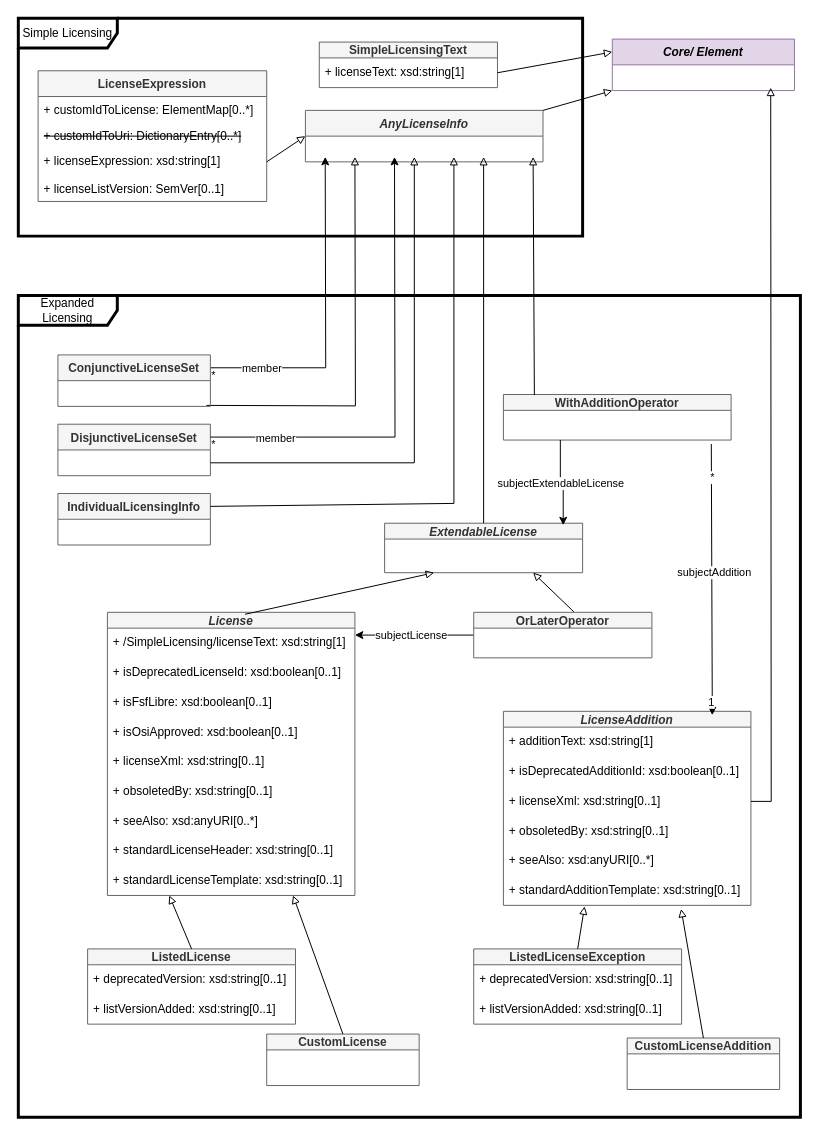
The draw.io diagram page "Licensing" (3 of 12) of docs/model.drawio in spdx/spdx-3-model, before the edit. Source tidied: cells renumbered, new cells numbered last; positions are measured from the earlier drawing's top-left corner, leaving out a move shared by most shapes. Both pictures are drawn from the tidied source at 99%, with x=0, y=0 at pixel (18, 18).
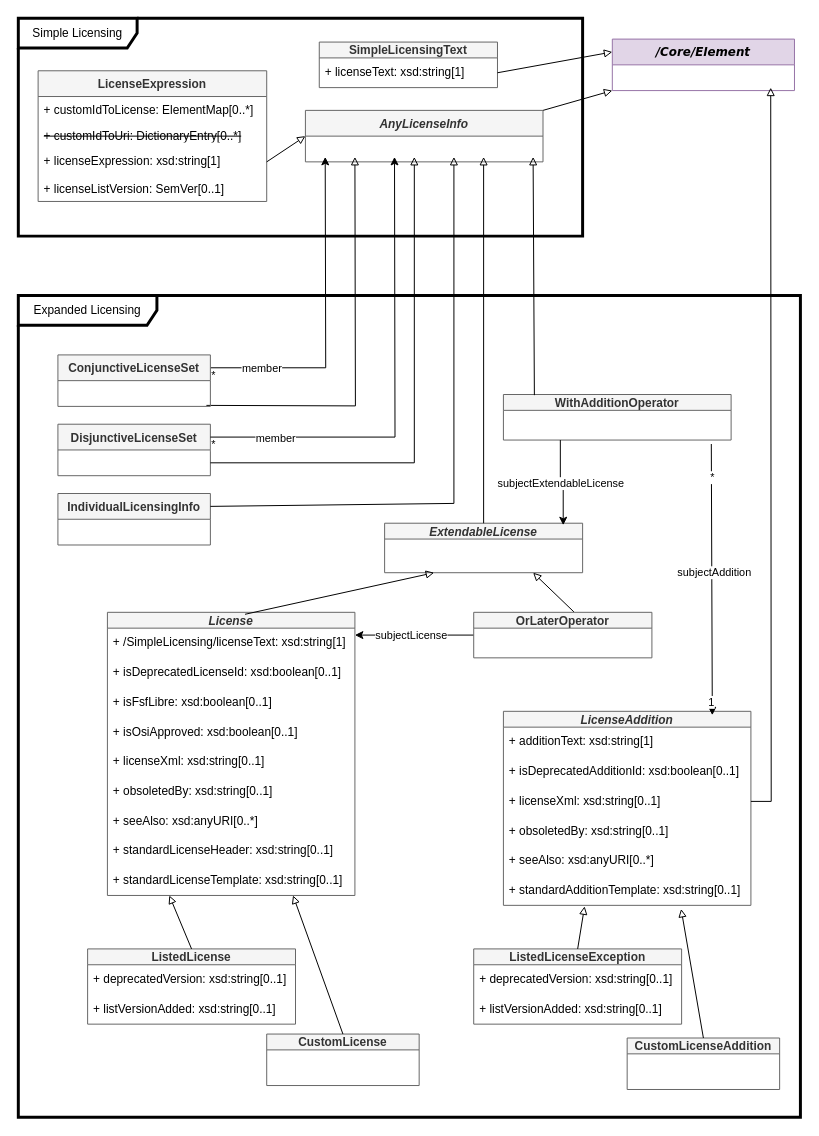
After the change.

What changed in the source:
```diff
@@
-    <mxCell id="2" value="&lt;div&gt;&lt;span style=&quot;background-color: initial;&quot;&gt;Simple Licensing&lt;/span&gt;&lt;br&gt;&lt;/div&gt;" style="shape=umlFrame;whiteSpace=wrap;html=1;width=100;height=30;strokeWidth=3;" parent="1" vertex="1">
+    <mxCell id="2" value="&lt;div&gt;&lt;span style=&quot;background-color: initial;&quot;&gt;Simple Licensing&lt;/span&gt;&lt;br&gt;&lt;/div&gt;" style="shape=umlFrame;whiteSpace=wrap;html=1;width=120;height=30;strokeWidth=3;" parent="1" vertex="1">
       <mxGeometry width="570" height="220" as="geometry" />
     </mxCell>
-    <mxCell id="3" value="Expanded Licensing" style="shape=umlFrame;whiteSpace=wrap;html=1;width=100;height=30;strokeWidth=3;" parent="1" vertex="1">
+    <mxCell id="3" value="Expanded Licensing" style="shape=umlFrame;whiteSpace=wrap;html=1;width=140;height=30;strokeWidth=3;" parent="1" vertex="1">
       <mxGeometry y="280" width="790" height="830" as="geometry" />
     </mxCell>
@@
-    <mxCell id="5" value="Core/ Element" style="swimlane;fontStyle=3;horizontal=1;startSize=26;fillColor=#e1d5e7;strokeColor=#9673a6;" parent="1" vertex="1">
+    <mxCell id="5" value="/Core/Element" style="swimlane;fontStyle=3;horizontal=1;startSize=26;fillColor=#e1d5e7;strokeColor=#9673a6;fontFamily=Verdana;" parent="1" vertex="1">
       <mxGeometry x="600" y="21" width="184" height="52" as="geometry" />
     </mxCell>
```
